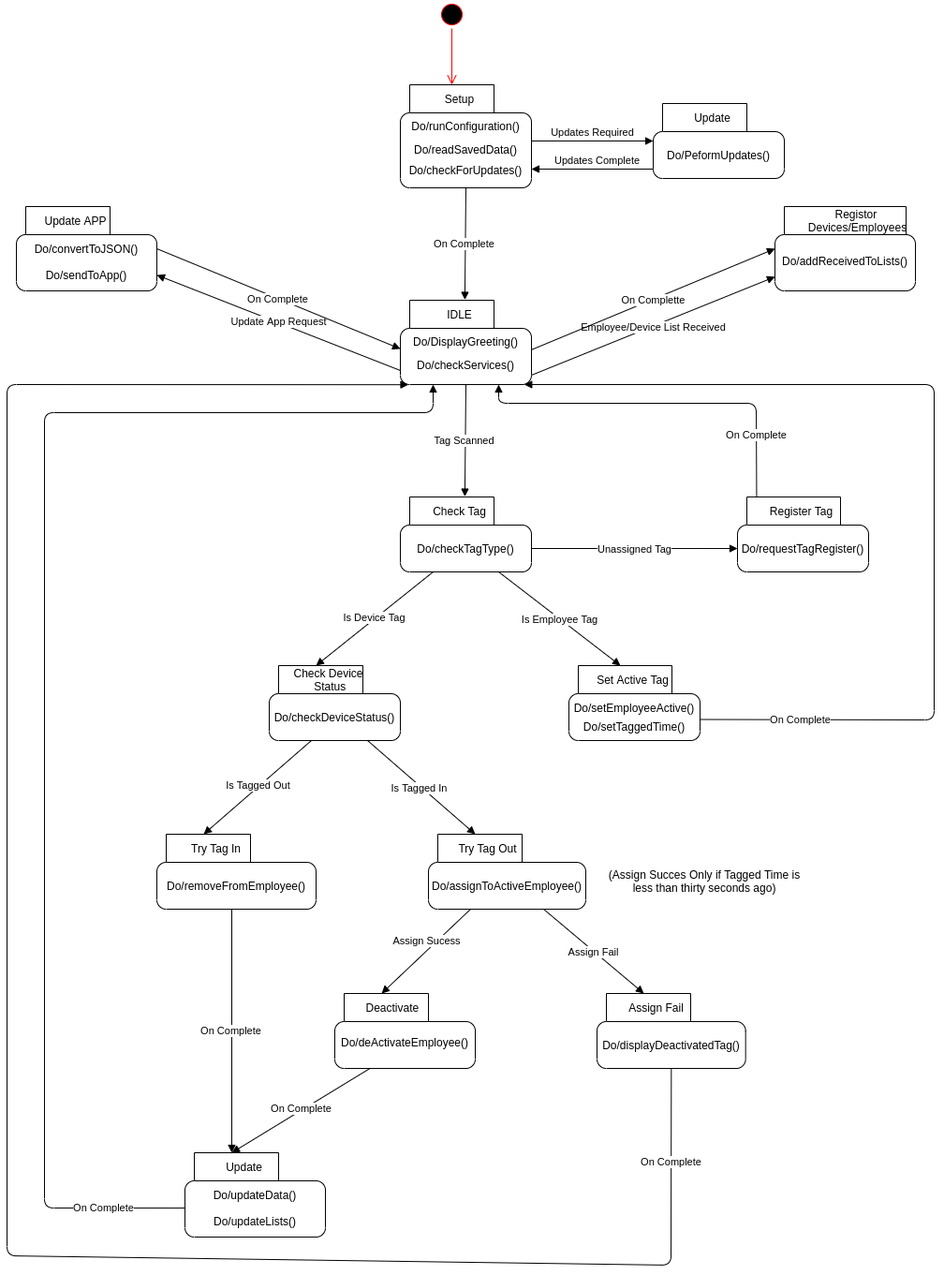
Before: images/state-machine-firmware.png, a diagram exported from draw.io (Lance-Kraakman/rfidProject_V2_S2). Source tidied: cells renumbered, new cells last; positions are measured from the earlier drawing's top-left corner, leaving out a move shared by most shapes.
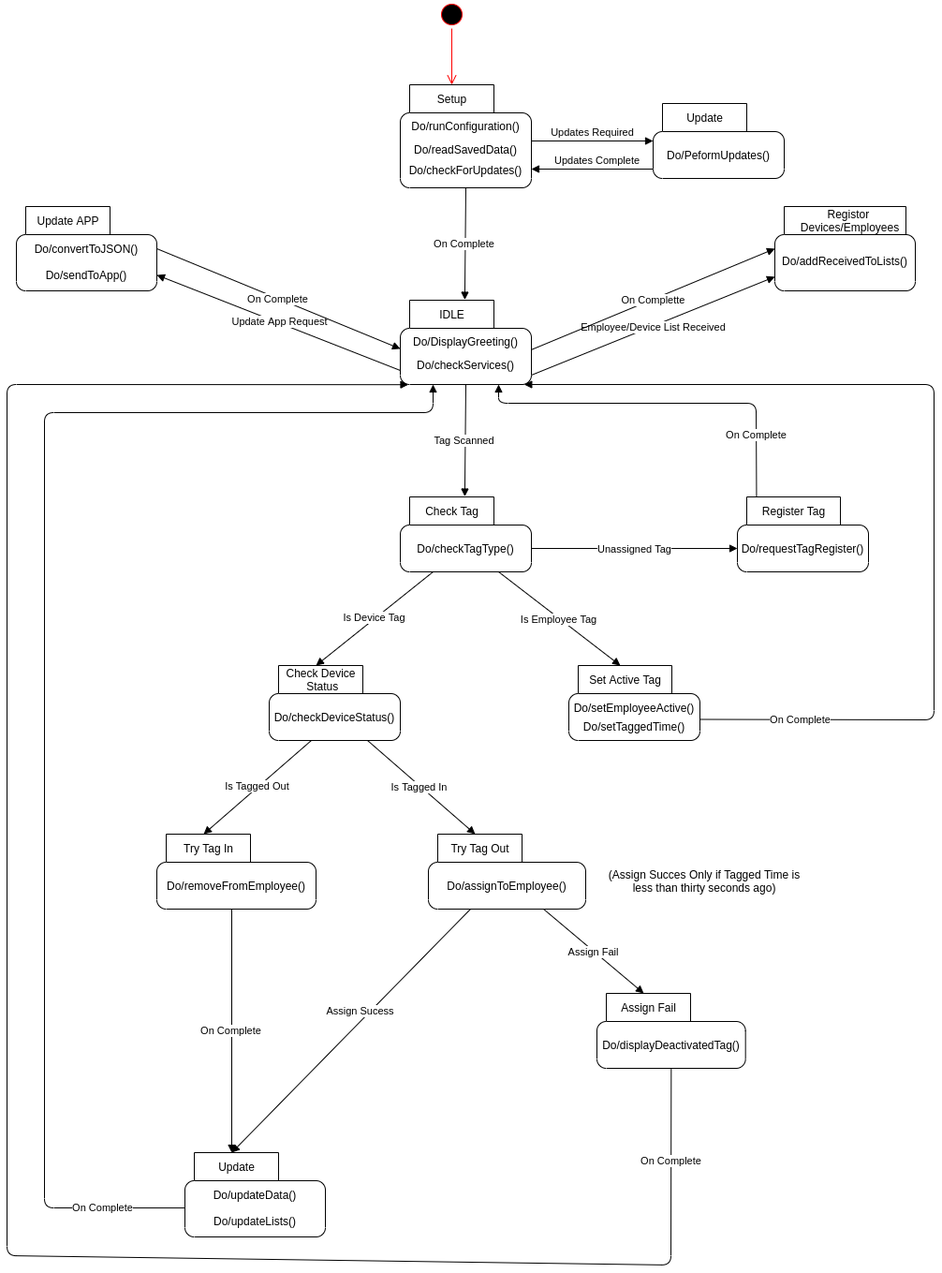
After the commit.

Change to the diagram source:
```diff
@@ -153,7 +153,7 @@
     <mxCell id="43" value="Try Tag Out" style="shape=folder;align=center;verticalAlign=middle;fontStyle=0;tabWidth=100;tabHeight=30;tabPosition=left;html=1;boundedLbl=1;labelInHeader=1;rounded=1;absoluteArcSize=1;arcSize=10;" parent="42" vertex="1">
       <mxGeometry width="168" height="80" as="geometry" />
     </mxCell>
-    <mxCell id="44" value="Do/assignToActiveEmployee()" style="text;html=1;strokeColor=none;fillColor=none;align=center;verticalAlign=middle;whiteSpace=wrap;rounded=0;" parent="42" vertex="1">
+    <mxCell id="44" value="Do/assignToEmployee()" style="text;html=1;strokeColor=none;fillColor=none;align=center;verticalAlign=middle;whiteSpace=wrap;rounded=0;" parent="42" vertex="1">
       <mxGeometry x="6" y="30" width="156" height="50" as="geometry" />
     </mxCell>
     <mxCell id="45" value="Is Tagged In" style="html=1;verticalAlign=middle;endArrow=block;exitX=0.75;exitY=1;exitDx=0;exitDy=0;entryX=0;entryY=0;entryDx=50;entryDy=0;entryPerimeter=0;labelPosition=center;verticalLabelPosition=middle;align=center;" parent="1" edge="1" source="29" target="43">
@@ -174,18 +174,9 @@
     <mxCell id="50" value="Do/updateLists()" style="text;html=1;strokeColor=none;fillColor=none;align=center;verticalAlign=middle;whiteSpace=wrap;rounded=0;" parent="47" vertex="1">
       <mxGeometry x="5" y="56.3" width="140" height="33.8" as="geometry" />
     </mxCell>
-    <mxCell id="51" value="Assign Sucess" style="html=1;verticalAlign=middle;endArrow=block;exitX=0.25;exitY=1;exitDx=0;exitDy=0;labelPosition=center;verticalLabelPosition=middle;align=center;entryX=0;entryY=0;entryDx=50;entryDy=0;entryPerimeter=0;" parent="1" edge="1" source="44" target="53">
+    <mxCell id="51" value="Assign Sucess" style="html=1;verticalAlign=middle;endArrow=block;exitX=0.25;exitY=1;exitDx=0;exitDy=0;labelPosition=center;verticalLabelPosition=middle;align=center;entryX=0;entryY=0;entryDx=50;entryDy=0;entryPerimeter=0;" parent="1" edge="1" source="44" target="48">
       <mxGeometry x="-0.12" y="-8" relative="1" as="geometry" />
     </mxCell>
-    <mxCell id="52" value="v" style="group;" parent="1" vertex="1">
-      <mxGeometry x="350" y="1060" width="150" height="90" as="geometry" />
-    </mxCell>
-    <mxCell id="53" value="Deactivate&amp;nbsp;" style="shape=folder;align=center;verticalAlign=middle;fontStyle=0;tabWidth=100;tabHeight=30;tabPosition=left;html=1;boundedLbl=1;labelInHeader=1;rounded=1;absoluteArcSize=1;arcSize=10;" parent="52" vertex="1">
-      <mxGeometry width="150" height="80" as="geometry" />
-    </mxCell>
-    <mxCell id="54" value="Do/deActivateEmployee()" style="text;html=1;strokeColor=none;fillColor=none;align=center;verticalAlign=middle;whiteSpace=wrap;rounded=0;" parent="52" vertex="1">
-      <mxGeometry y="23.8" width="150" height="56.2" as="geometry" />
-    </mxCell>
     <mxCell id="55" value="Assign Fail" style="html=1;verticalAlign=middle;endArrow=block;exitX=0.75;exitY=1;exitDx=0;exitDy=0;labelPosition=center;verticalLabelPosition=middle;align=center;entryX=0;entryY=0;entryDx=50;entryDy=0;entryPerimeter=0;" parent="1" edge="1" source="44" target="57">
       <mxGeometry y="-1" relative="1" as="geometry" />
     </mxCell>
@@ -198,9 +189,6 @@
     <mxCell id="58" value="Do/displayDeactivatedTag()" style="text;html=1;strokeColor=none;fillColor=none;align=center;verticalAlign=middle;whiteSpace=wrap;rounded=0;" parent="56" vertex="1">
       <mxGeometry x="5.7" y="30" width="147.3" height="50" as="geometry" />
     </mxCell>
-    <mxCell id="59" value="On Complete" style="html=1;verticalAlign=middle;endArrow=block;exitX=0.25;exitY=1;exitDx=0;exitDy=0;entryX=0;entryY=0;entryDx=50;entryDy=0;entryPerimeter=0;labelPosition=center;verticalLabelPosition=middle;align=center;" parent="1" edge="1" source="54" target="48">
-      <mxGeometry y="-1" relative="1" as="geometry" />
-    </mxCell>
     <mxCell id="60" value="On Complete" style="html=1;verticalAlign=middle;endArrow=block;entryX=0;entryY=0;entryDx=50;entryDy=0;entryPerimeter=0;labelPosition=center;verticalLabelPosition=middle;align=center;" parent="1" edge="1" target="48">
       <mxGeometry y="-1" relative="1" as="geometry">
         <mxPoint x="240" y="970" as="sourcePoint" />
```
